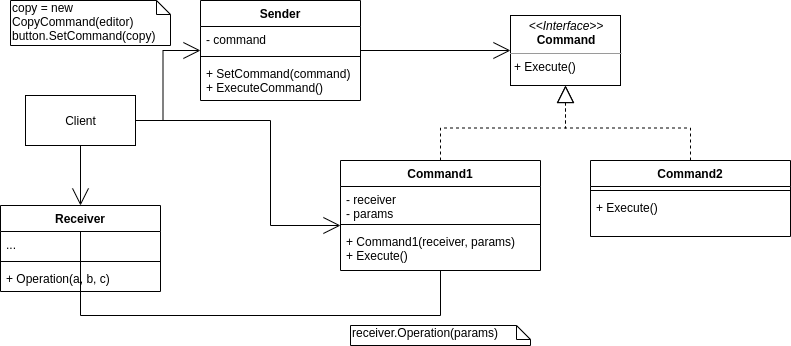
yongcongwang/blog keeps this draw.io diagram as source/images/2020/design_pattern/command.png. Above is the earlier version. Source tidied: cells renumbered, new cells last; positions are measured from the earlier drawing's top-left corner, leaving out a move shared by most shapes.
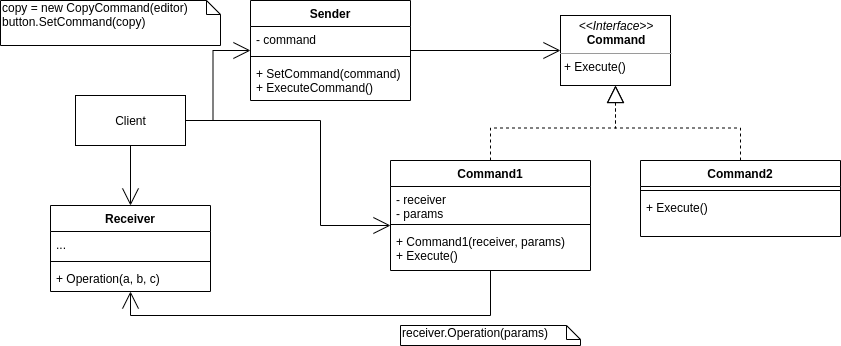
Above is the later version.

Diff of the diagram source:
```diff
@@ -25,7 +25,7 @@
     <mxCell id="7" style="edgeStyle=orthogonalEdgeStyle;rounded=0;jettySize=auto;html=1;endArrow=open;endFill=0;endSize=15;" parent="1" edge="1" source="13" target="2">
       <mxGeometry relative="1" as="geometry" />
     </mxCell>
-    <mxCell id="8" style="edgeStyle=orthogonalEdgeStyle;rounded=0;jettySize=auto;html=1;entryX=0.5;entryY=0;entryDx=0;entryDy=0;endArrow=open;endFill=0;endSize=15;" parent="1" edge="1" source="17" target="24">
+    <mxCell id="8" style="edgeStyle=orthogonalEdgeStyle;rounded=0;jettySize=auto;html=1;endArrow=open;endFill=0;endSize=15;" parent="1" edge="1" source="17" target="24">
       <mxGeometry relative="1" as="geometry">
         <Array as="points">
           <mxPoint x="440" y="315" />
@@ -43,7 +43,7 @@
       <mxGeometry x="350" y="325" width="180" height="20" as="geometry" />
     </mxCell>
     <mxCell id="12" value="copy = new CopyCommand(editor)&lt;br&gt;button.SetCommand(copy)" style="shape=note;whiteSpace=wrap;html=1;size=14;verticalAlign=top;align=left;spacingTop=-6;" parent="1" vertex="1">
-      <mxGeometry x="10" width="160" height="45" as="geometry" />
+      <mxGeometry x="-50" width="220" height="45" as="geometry" />
     </mxCell>
     <mxCell id="13" value="Sender" style="swimlane;fontStyle=1;align=center;verticalAlign=top;horizontal=1;startSize=26;" parent="1" vertex="1">
       <mxGeometry x="200" width="160" height="100" as="geometry" />
```
